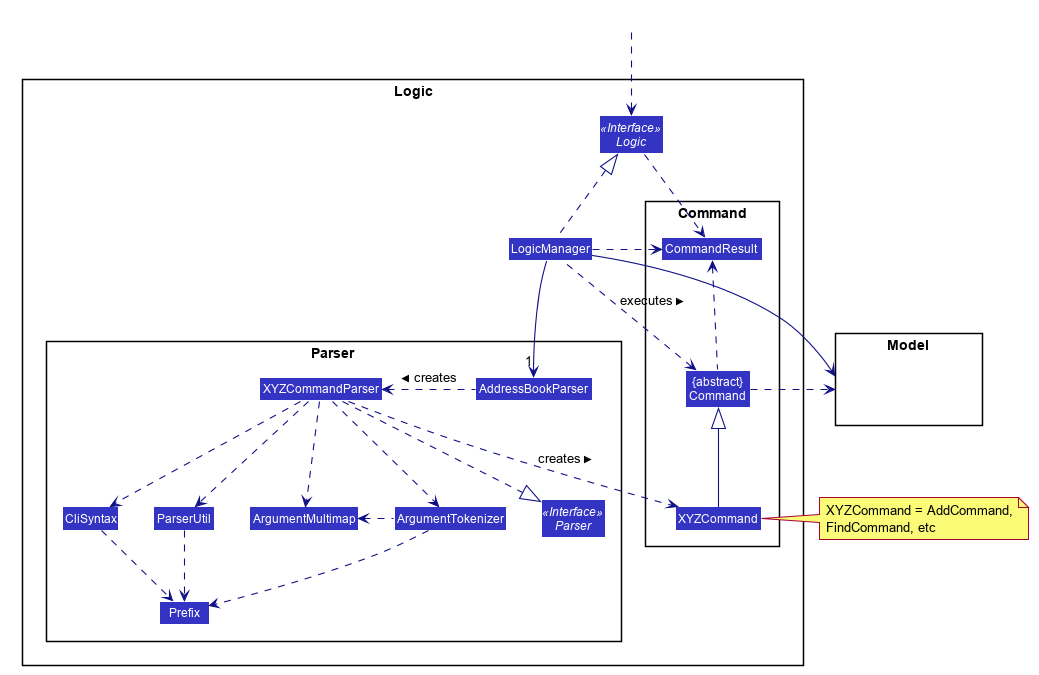
wyt-sonia/main keeps this PlantUML diagram as docs/images/LogicClassDiagram.png. Above is the earlier version.
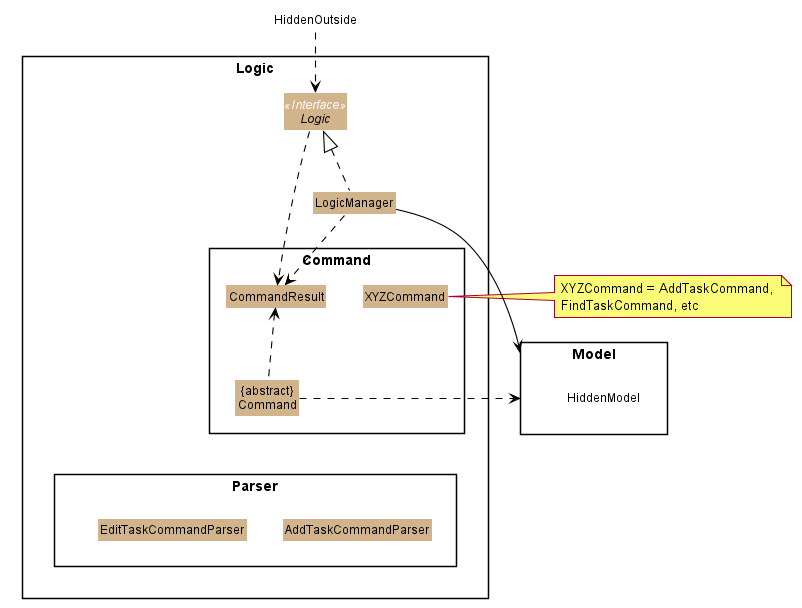
Later version of the same file.

The edit, as a diff of the source:
```diff
@@ -12,7 +12,7 @@
 skinparam Shadowing false
 
 skinparam Class {
-    FontColor #FFFFFF
+    FontColor #000000
     BorderThickness 1
     BorderColor #FFFFFF
     StereotypeFontColor #FFFFFF
@@ -29,12 +29,12 @@
     MessageAlign center
     BoxFontSize 15
     BoxPadding 0
-    BoxFontColor #FFFFFF
+    BoxFontColor #000000
     FontName Arial
 }
 
 skinparam Participant {
-    FontColor #FFFFFFF
+    FontColor #000000
     Padding 20
 }
 
@@ -48,20 +48,14 @@
 hide members
 hide circle
 skinparam arrowThickness 1.1
-skinparam arrowColor #101086
-skinparam classBackgroundColor #3333C4
+skinparam arrowColor #000000
+skinparam classBackgroundColor #D2B48C
 
 package Logic {
 
 package Parser {
-Interface Parser <<Interface>>
-Class AddressBookParser
-Class XYZCommandParser
-Class CliSyntax
-Class ParserUtil
-Class ArgumentMultimap
-Class ArgumentTokenizer
-Class Prefix
+Class AddTaskCommandParser
+Class EditTaskCommandParser
 }
 
 package Command {
@@ -82,28 +76,13 @@
 HiddenOutside ..> Logic
 
 LogicManager .up.|> Logic
-LogicManager -->"1" AddressBookParser
-AddressBookParser .left.> XYZCommandParser: creates >
-
-XYZCommandParser ..> XYZCommand : creates >
-XYZCommandParser ..|> Parser
-XYZCommandParser ..> ArgumentMultimap
-XYZCommandParser ..> ArgumentTokenizer
-ArgumentTokenizer .left.> ArgumentMultimap
-XYZCommandParser ..> CliSyntax
-CliSyntax ..> Prefix
-XYZCommandParser ..> ParserUtil
-ParserUtil .down.> Prefix
-ArgumentTokenizer .down.> Prefix
-XYZCommand -up-|> Command
-LogicManager .left.> Command : executes >
 
 LogicManager --> Model
 Command .right.> Model
-note right of XYZCommand: XYZCommand = AddCommand, \nFindCommand, etc
+note right of XYZCommand: XYZCommand = AddTaskCommand, \nFindTaskCommand, etc
 
 Logic ..> CommandResult
 LogicManager .down.> CommandResult
 Command .up.> CommandResult
-CommandResult -[hidden]-> Parser
+CommandResult --[hidden]-> Parser
 @enduml
```
